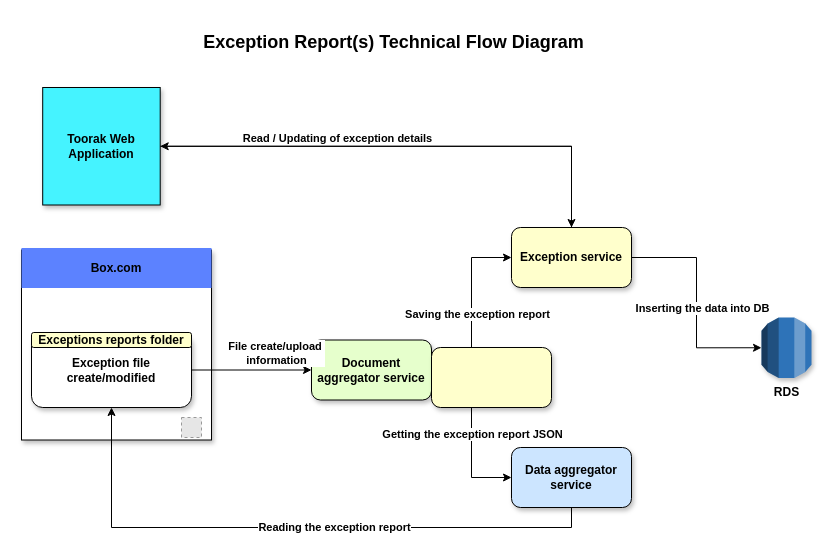
Before: Untitled Diagram.drawio in MohammedFazuluddin/test, a draw.io diagram. Source tidied: cells renumbered, new cells numbered last; positions are measured from the earlier drawing's top-left corner, leaving out a move shared by most shapes. Both pictures are drawn from the tidied source at 100%, with x=0, y=0 at pixel (21, 17). Pictures stored in the file or linked from it are replaced by grey dashed boxes.
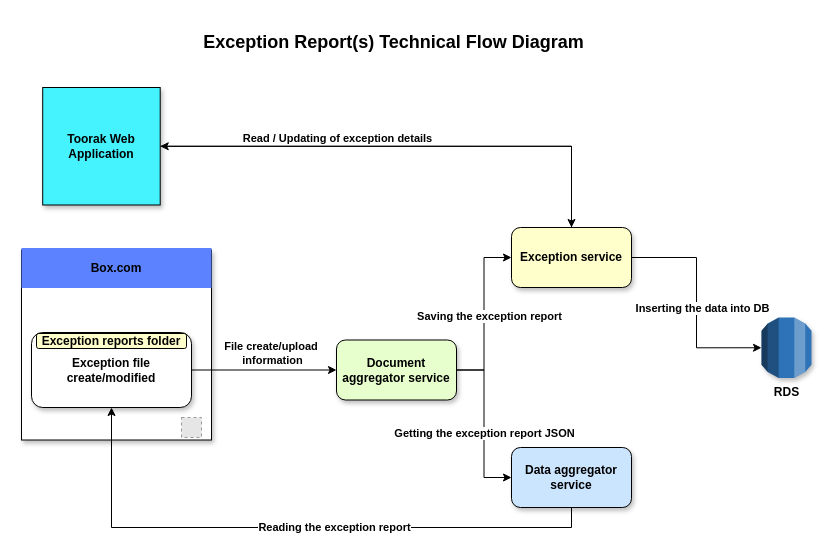
Above is the later version.

Commit message:
Exceptions flow diagram.drawio

The change refers to these unchanged cells:
```xml
<mxCell id="19" style="endArrow=classic;html=1;exitX=1;exitY=0.5;exitDx=0;exitDy=0;entryX=0;entryY=0.5;entryDx=0;entryDy=0;" parent="1" edge="1" source="3" target="8">
  <mxGeometry relative="1" as="geometry" />
</mxCell>
```

What changed in the source:
```diff
@@
     <mxCell id="8" value="Document aggregator service" style="rounded=1;whiteSpace=wrap;html=1;fontStyle=1;fillColor=#E6FFCC;shadow=1;" parent="1" vertex="1">
-      <mxGeometry x="290" y="322.5" width="120" height="60" as="geometry" />
+      <mxGeometry x="315" y="322.5" width="120" height="60" as="geometry" />
     </mxCell>
@@
     <mxCell id="20" value="File create/upload&amp;nbsp;&lt;br&gt;information" style="edgeLabel;html=1;align=center;verticalAlign=middle;fontStyle=1;" parent="19" vertex="1">
       <mxGeometry x="-0.39" y="-1" relative="1" as="geometry">
-        <mxPoint x="47" y="-17.7" as="offset" />
+        <mxPoint x="36" y="-17.7" as="offset" />
       </mxGeometry>
     </mxCell>
@@
-    <mxCell id="25" style="rounded=1;whiteSpace=wrap;html=1;shadow=1;fillColor=#FFFFCC;" parent="1" vertex="1">
-      <mxGeometry x="410" y="330" width="120" height="60" as="geometry" />
-    </mxCell>
-    <mxCell id="26" value="Exceptions reports folder" style="rounded=1;whiteSpace=wrap;html=1;shadow=0;fillColor=#FFFFCC;fontStyle=1;" parent="1" vertex="1">
-      <mxGeometry x="10" y="315" width="160" height="15" as="geometry" />
+    <mxCell id="26" value="Exception reports folder" style="rounded=1;whiteSpace=wrap;html=1;shadow=0;fillColor=#FFFFCC;fontStyle=1;" parent="1" vertex="1">
+      <mxGeometry x="15" y="316" width="150" height="15" as="geometry" />
     </mxCell>
```
